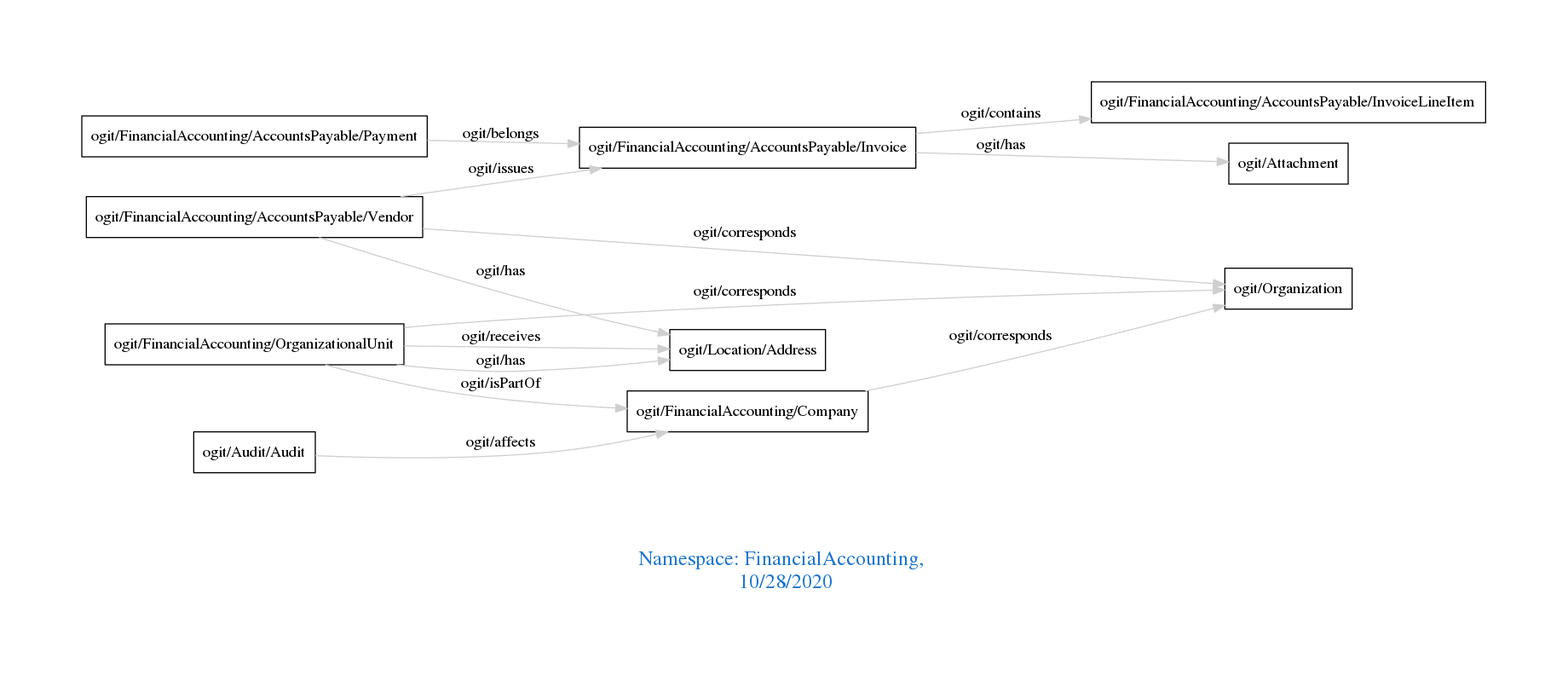
arago/OGIT keeps this Graphviz diagram as downloads/FinancialAccounting.png. Above is the earlier version. Its source is kept beside it as downloads/FinancialAccounting.dot.
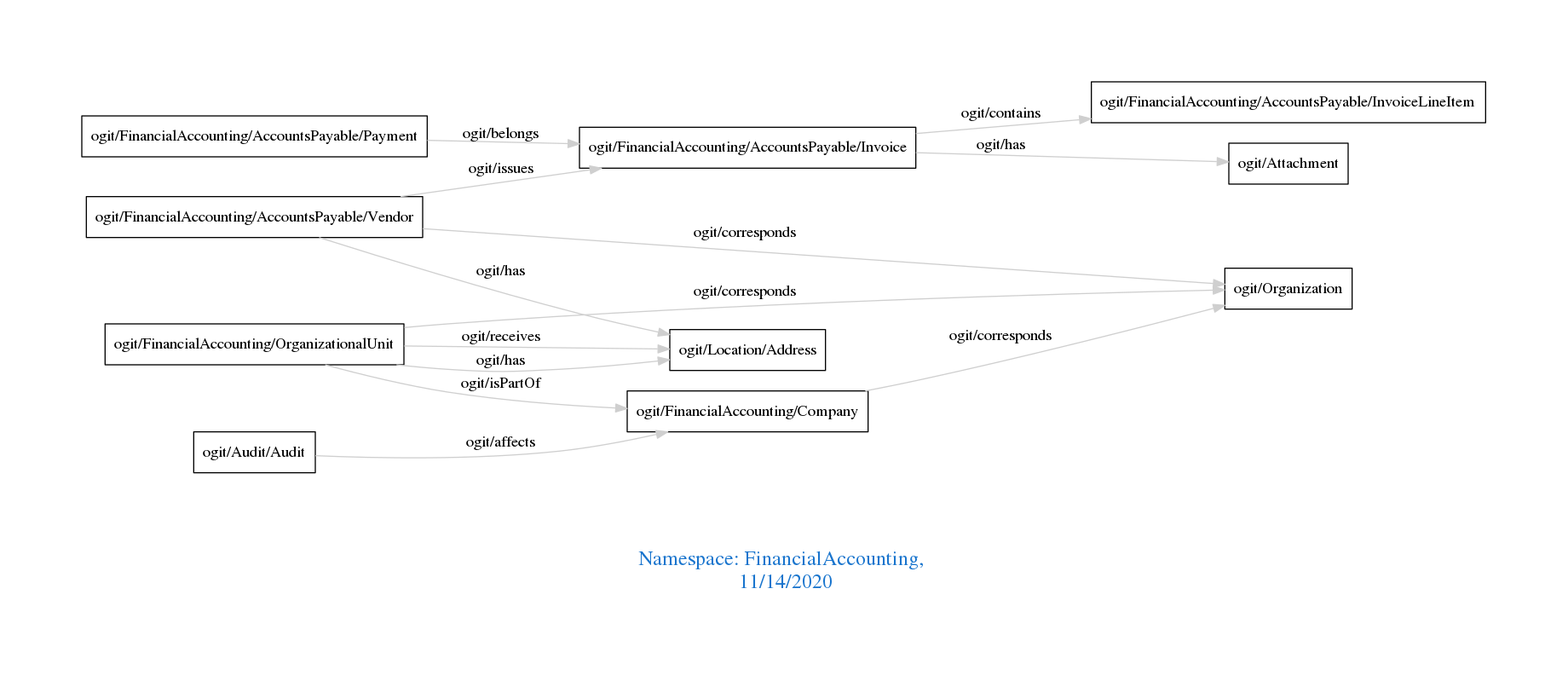
Above is the later version.

Change to the diagram source:
```diff
@@ -1,7 +1,7 @@
 digraph OGIT_ontology {
  graph [ rankdir= LR,pad=1
 fontsize = 18,
-fontcolor= dodgerblue3,label = "\n\n\nNamespace: FinancialAccounting, \n 10/28/2020"];
+fontcolor= dodgerblue3,label = "\n\n\nNamespace: FinancialAccounting, \n 11/14/2020"];
 node[shape=polygon];
 edge [  color="gray81"];
 
```
